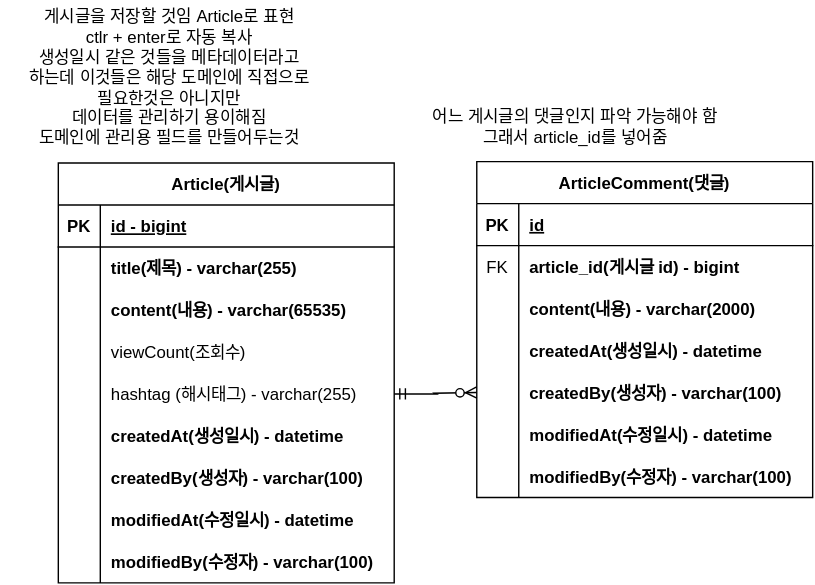
The draw.io diagram document/project-board-erd.svg in Ahngyuho/Board, before a commit. Source tidied: cells renumbered, new cells last; positions are measured from the earlier drawing's top-left corner, leaving out a move shared by most shapes. Its diagram source:
```xml
<mxGraphModel>
  <root>
    <mxCell id="0" />
    <mxCell id="1" parent="0" />
    <mxCell id="2" value="Article(게시글)" style="shape=table;startSize=30;rowLines=0;fontStyle=1;align=center;" parent="1" vertex="1">
      <mxGeometry x="41" y="116" width="240" height="300" as="geometry" />
    </mxCell>
    <mxCell id="3" style="shape=tableRow;horizontal=0;startSize=0;swimlaneHead=0;swimlaneBody=0;fillColor=none;top=0;left=0;right=0;bottom=1;" parent="2" vertex="1">
      <mxGeometry y="30" width="240" height="30" as="geometry" />
    </mxCell>
    <mxCell id="4" value="PK" style="shape=partialRectangle;fillColor=none;top=0;left=0;bottom=0;right=0;fontStyle=1;overflow=hidden;" parent="3" vertex="1">
      <mxGeometry width="30" height="30" as="geometry" />
    </mxCell>
    <mxCell id="5" value="id - bigint" style="shape=partialRectangle;fillColor=none;top=0;left=0;bottom=0;right=0;align=left;spacingLeft=6;fontStyle=5;overflow=hidden;" parent="3" vertex="1">
      <mxGeometry x="30" width="210" height="30" as="geometry" />
    </mxCell>
    <mxCell id="6" style="shape=tableRow;horizontal=0;startSize=0;swimlaneHead=0;swimlaneBody=0;fillColor=none;top=0;left=0;right=0;bottom=0;" parent="2" vertex="1">
      <mxGeometry y="60" width="240" height="30" as="geometry" />
    </mxCell>
    <mxCell id="7" style="shape=partialRectangle;fillColor=none;top=0;left=0;bottom=0;right=0;overflow=hidden;" parent="6" vertex="1">
      <mxGeometry width="30" height="30" as="geometry" />
    </mxCell>
    <mxCell id="8" value="title(제목) - varchar(255)" style="shape=partialRectangle;fillColor=none;top=0;left=0;bottom=0;right=0;align=left;spacingLeft=6;overflow=hidden;fontStyle=1;" parent="6" vertex="1">
      <mxGeometry x="30" width="210" height="30" as="geometry" />
    </mxCell>
    <mxCell id="9" style="shape=tableRow;horizontal=0;startSize=0;swimlaneHead=0;swimlaneBody=0;fillColor=none;top=0;left=0;right=0;bottom=0;" parent="2" vertex="1">
      <mxGeometry y="90" width="240" height="30" as="geometry" />
    </mxCell>
    <mxCell id="10" style="shape=partialRectangle;fillColor=none;top=0;left=0;bottom=0;right=0;overflow=hidden;" parent="9" vertex="1">
      <mxGeometry width="30" height="30" as="geometry" />
    </mxCell>
    <mxCell id="11" value="content(내용) - varchar(65535)" style="shape=partialRectangle;fillColor=none;top=0;left=0;bottom=0;right=0;align=left;spacingLeft=6;overflow=hidden;fontStyle=1;" parent="9" vertex="1">
      <mxGeometry x="30" width="210" height="30" as="geometry" />
    </mxCell>
    <mxCell id="12" style="shape=tableRow;horizontal=0;startSize=0;swimlaneHead=0;swimlaneBody=0;fillColor=none;top=0;left=0;right=0;bottom=0;" parent="2" vertex="1">
      <mxGeometry y="120" width="240" height="30" as="geometry" />
    </mxCell>
    <mxCell id="13" style="shape=partialRectangle;fillColor=none;top=0;left=0;bottom=0;right=0;overflow=hidden;" parent="12" vertex="1">
      <mxGeometry width="30" height="30" as="geometry" />
    </mxCell>
    <mxCell id="14" value="viewCount(조회수)" style="shape=partialRectangle;fillColor=none;top=0;left=0;bottom=0;right=0;align=left;spacingLeft=6;overflow=hidden;" parent="12" vertex="1">
      <mxGeometry x="30" width="210" height="30" as="geometry" />
    </mxCell>
    <mxCell id="15" style="shape=tableRow;horizontal=0;startSize=0;swimlaneHead=0;swimlaneBody=0;fillColor=none;points=[[0,0.5],[1,0.5]];portConstraint=eastwest;top=0;left=0;right=0;bottom=0;" parent="2" vertex="1">
      <mxGeometry y="150" width="240" height="30" as="geometry" />
    </mxCell>
    <mxCell id="16" style="shape=partialRectangle;fillColor=none;top=0;left=0;bottom=0;right=0;overflow=hidden;" parent="15" vertex="1">
      <mxGeometry width="30" height="30" as="geometry" />
    </mxCell>
    <mxCell id="17" value="hashtag (해시태그) - varchar(255)" style="shape=partialRectangle;fillColor=none;top=0;left=0;bottom=0;right=0;align=left;spacingLeft=6;overflow=hidden;" parent="15" vertex="1">
      <mxGeometry x="30" width="210" height="30" as="geometry" />
    </mxCell>
    <mxCell id="18" style="shape=tableRow;horizontal=0;startSize=0;swimlaneHead=0;swimlaneBody=0;fillColor=none;top=0;left=0;right=0;bottom=0;" parent="2" vertex="1">
      <mxGeometry y="180" width="240" height="30" as="geometry" />
    </mxCell>
    <mxCell id="19" style="shape=partialRectangle;fillColor=none;top=0;left=0;bottom=0;right=0;overflow=hidden;" parent="18" vertex="1">
      <mxGeometry width="30" height="30" as="geometry" />
    </mxCell>
    <mxCell id="20" value="createdAt(생성일시) - datetime" style="shape=partialRectangle;fillColor=none;top=0;left=0;bottom=0;right=0;align=left;spacingLeft=6;overflow=hidden;fontStyle=1;" parent="18" vertex="1">
      <mxGeometry x="30" width="210" height="30" as="geometry" />
    </mxCell>
    <mxCell id="21" style="shape=tableRow;horizontal=0;startSize=0;swimlaneHead=0;swimlaneBody=0;fillColor=none;top=0;left=0;right=0;bottom=0;" parent="2" vertex="1">
      <mxGeometry y="210" width="240" height="30" as="geometry" />
    </mxCell>
    <mxCell id="22" style="shape=partialRectangle;fillColor=none;top=0;left=0;bottom=0;right=0;overflow=hidden;" parent="21" vertex="1">
      <mxGeometry width="30" height="30" as="geometry" />
    </mxCell>
    <mxCell id="23" value="createdBy(생성자) - varchar(100)" style="shape=partialRectangle;fillColor=none;top=0;left=0;bottom=0;right=0;align=left;spacingLeft=6;overflow=hidden;fontStyle=1;" parent="21" vertex="1">
      <mxGeometry x="30" width="210" height="30" as="geometry" />
    </mxCell>
    <mxCell id="24" style="shape=tableRow;horizontal=0;startSize=0;swimlaneHead=0;swimlaneBody=0;fillColor=none;top=0;left=0;right=0;bottom=0;" parent="2" vertex="1">
      <mxGeometry y="240" width="240" height="30" as="geometry" />
    </mxCell>
    <mxCell id="25" style="shape=partialRectangle;fillColor=none;top=0;left=0;bottom=0;right=0;overflow=hidden;" parent="24" vertex="1">
      <mxGeometry width="30" height="30" as="geometry" />
    </mxCell>
    <mxCell id="26" value="modifiedAt(수정일시) - datetime" style="shape=partialRectangle;fillColor=none;top=0;left=0;bottom=0;right=0;align=left;spacingLeft=6;overflow=hidden;fontStyle=1;" parent="24" vertex="1">
      <mxGeometry x="30" width="210" height="30" as="geometry" />
    </mxCell>
    <mxCell id="27" style="shape=tableRow;horizontal=0;startSize=0;swimlaneHead=0;swimlaneBody=0;fillColor=none;top=0;left=0;right=0;bottom=0;" parent="2" vertex="1">
      <mxGeometry y="270" width="240" height="30" as="geometry" />
    </mxCell>
    <mxCell id="28" style="shape=partialRectangle;fillColor=none;top=0;left=0;bottom=0;right=0;overflow=hidden;" parent="27" vertex="1">
      <mxGeometry width="30" height="30" as="geometry" />
    </mxCell>
    <mxCell id="29" value="modifiedBy(수정자) - varchar(100)" style="shape=partialRectangle;fillColor=none;top=0;left=0;bottom=0;right=0;align=left;spacingLeft=6;overflow=hidden;fontStyle=1;" parent="27" vertex="1">
      <mxGeometry x="30" width="210" height="30" as="geometry" />
    </mxCell>
    <mxCell id="30" value="게시글을 저장할 것임 Article로 표현&lt;br&gt;ctlr + enter로 자동 복사&lt;br&gt;생성일시 같은 것들을 메타데이터라고&lt;br&gt;하는데 이것들은 해당 도메인에 직접으로&lt;br&gt;필요한것은 아니지만&lt;br&gt;데이터를 관리하기 용이해짐&lt;br&gt;도메인에 관리용 필드를 만들어두는것" style="text;html=1;align=center;verticalAlign=middle;strokeColor=none;fillColor=none;" parent="1" vertex="1">
      <mxGeometry width="240" height="110" as="geometry" />
    </mxCell>
    <mxCell id="31" value="ArticleComment(댓글)" style="shape=table;startSize=30;rowLines=0;fontStyle=1;align=center;" parent="1" vertex="1">
      <mxGeometry x="340" y="115" width="240" height="240" as="geometry" />
    </mxCell>
    <mxCell id="32" style="shape=tableRow;horizontal=0;startSize=0;swimlaneHead=0;swimlaneBody=0;fillColor=none;top=0;left=0;right=0;bottom=1;" parent="31" vertex="1">
      <mxGeometry y="30" width="240" height="30" as="geometry" />
    </mxCell>
    <mxCell id="33" value="PK" style="shape=partialRectangle;fillColor=none;top=0;left=0;bottom=0;right=0;fontStyle=1;overflow=hidden;" parent="32" vertex="1">
      <mxGeometry width="30" height="30" as="geometry" />
    </mxCell>
    <mxCell id="34" value="id" style="shape=partialRectangle;fillColor=none;top=0;left=0;bottom=0;right=0;align=left;spacingLeft=6;fontStyle=5;overflow=hidden;" parent="32" vertex="1">
      <mxGeometry x="30" width="210" height="30" as="geometry" />
    </mxCell>
    <mxCell id="35" style="shape=tableRow;horizontal=0;startSize=0;swimlaneHead=0;swimlaneBody=0;fillColor=none;top=0;left=0;right=0;bottom=0;" parent="31" vertex="1">
      <mxGeometry y="60" width="240" height="30" as="geometry" />
    </mxCell>
    <mxCell id="36" value="FK" style="shape=partialRectangle;fillColor=none;top=0;left=0;bottom=0;right=0;overflow=hidden;" parent="35" vertex="1">
      <mxGeometry width="30" height="30" as="geometry" />
    </mxCell>
    <mxCell id="37" value="article_id(게시글 id) - bigint" style="shape=partialRectangle;fillColor=none;top=0;left=0;bottom=0;right=0;align=left;spacingLeft=6;overflow=hidden;fontStyle=1;" parent="35" vertex="1">
      <mxGeometry x="30" width="210" height="30" as="geometry" />
    </mxCell>
    <mxCell id="38" style="shape=tableRow;horizontal=0;startSize=0;swimlaneHead=0;swimlaneBody=0;fillColor=none;top=0;left=0;right=0;bottom=0;" parent="31" vertex="1">
      <mxGeometry y="90" width="240" height="30" as="geometry" />
    </mxCell>
    <mxCell id="39" style="shape=partialRectangle;fillColor=none;top=0;left=0;bottom=0;right=0;overflow=hidden;" parent="38" vertex="1">
      <mxGeometry width="30" height="30" as="geometry" />
    </mxCell>
    <mxCell id="40" value="content(내용) - varchar(2000)" style="shape=partialRectangle;fillColor=none;top=0;left=0;bottom=0;right=0;align=left;spacingLeft=6;overflow=hidden;fontStyle=1;" parent="38" vertex="1">
      <mxGeometry x="30" width="210" height="30" as="geometry" />
    </mxCell>
    <mxCell id="41" style="shape=tableRow;horizontal=0;startSize=0;swimlaneHead=0;swimlaneBody=0;fillColor=none;top=0;left=0;right=0;bottom=0;" parent="31" vertex="1">
      <mxGeometry y="120" width="240" height="30" as="geometry" />
    </mxCell>
    <mxCell id="42" style="shape=partialRectangle;fillColor=none;top=0;left=0;bottom=0;right=0;overflow=hidden;" parent="41" vertex="1">
      <mxGeometry width="30" height="30" as="geometry" />
    </mxCell>
    <mxCell id="43" value="createdAt(생성일시) - datetime" style="shape=partialRectangle;fillColor=none;top=0;left=0;bottom=0;right=0;align=left;spacingLeft=6;overflow=hidden;fontStyle=1;" parent="41" vertex="1">
      <mxGeometry x="30" width="210" height="30" as="geometry" />
    </mxCell>
    <mxCell id="44" style="shape=tableRow;horizontal=0;startSize=0;swimlaneHead=0;swimlaneBody=0;fillColor=none;points=[[0,0.5],[1,0.5]];portConstraint=eastwest;top=0;left=0;right=0;bottom=0;" parent="31" vertex="1">
      <mxGeometry y="150" width="240" height="30" as="geometry" />
    </mxCell>
    <mxCell id="45" style="shape=partialRectangle;fillColor=none;top=0;left=0;bottom=0;right=0;overflow=hidden;" parent="44" vertex="1">
      <mxGeometry width="30" height="30" as="geometry" />
    </mxCell>
    <mxCell id="46" value="createdBy(생성자) - varchar(100)" style="shape=partialRectangle;fillColor=none;top=0;left=0;bottom=0;right=0;align=left;spacingLeft=6;overflow=hidden;fontStyle=1;" parent="44" vertex="1">
      <mxGeometry x="30" width="210" height="30" as="geometry" />
    </mxCell>
    <mxCell id="47" style="shape=tableRow;horizontal=0;startSize=0;swimlaneHead=0;swimlaneBody=0;fillColor=none;top=0;left=0;right=0;bottom=0;" parent="31" vertex="1">
      <mxGeometry y="180" width="240" height="30" as="geometry" />
    </mxCell>
    <mxCell id="48" style="shape=partialRectangle;fillColor=none;top=0;left=0;bottom=0;right=0;overflow=hidden;" parent="47" vertex="1">
      <mxGeometry width="30" height="30" as="geometry" />
    </mxCell>
    <mxCell id="49" value="modifiedAt(수정일시) - datetime" style="shape=partialRectangle;fillColor=none;top=0;left=0;bottom=0;right=0;align=left;spacingLeft=6;overflow=hidden;fontStyle=1;" parent="47" vertex="1">
      <mxGeometry x="30" width="210" height="30" as="geometry" />
    </mxCell>
    <mxCell id="50" style="shape=tableRow;horizontal=0;startSize=0;swimlaneHead=0;swimlaneBody=0;fillColor=none;top=0;left=0;right=0;bottom=0;" parent="31" vertex="1">
      <mxGeometry y="210" width="240" height="30" as="geometry" />
    </mxCell>
    <mxCell id="51" style="shape=partialRectangle;fillColor=none;top=0;left=0;bottom=0;right=0;overflow=hidden;" parent="50" vertex="1">
      <mxGeometry width="30" height="30" as="geometry" />
    </mxCell>
    <mxCell id="52" value="modifiedBy(수정자) - varchar(100)" style="shape=partialRectangle;fillColor=none;top=0;left=0;bottom=0;right=0;align=left;spacingLeft=6;overflow=hidden;fontStyle=1;" parent="50" vertex="1">
      <mxGeometry x="30" width="210" height="30" as="geometry" />
    </mxCell>
    <mxCell id="53" value="어느 게시글의 댓글인지 파악 가능해야 함&lt;br&gt;그래서 article_id를 넣어줌" style="text;html=1;align=center;verticalAlign=middle;strokeColor=none;fillColor=none;" parent="1" vertex="1">
      <mxGeometry x="290" y="70" width="240" height="40" as="geometry" />
    </mxCell>
    <mxCell id="54" style="edgeStyle=entityRelationEdgeStyle;fontSize=12;html=1;endArrow=ERzeroToMany;startArrow=ERmandOne;rounded=0;exitX=1;exitY=0.5;exitDx=0;exitDy=0;entryX=0;entryY=0.5;entryDx=0;entryDy=0;" parent="1" edge="1" source="15" target="44">
      <mxGeometry relative="1" as="geometry" />
    </mxCell>
  </root>
</mxGraphModel>
```
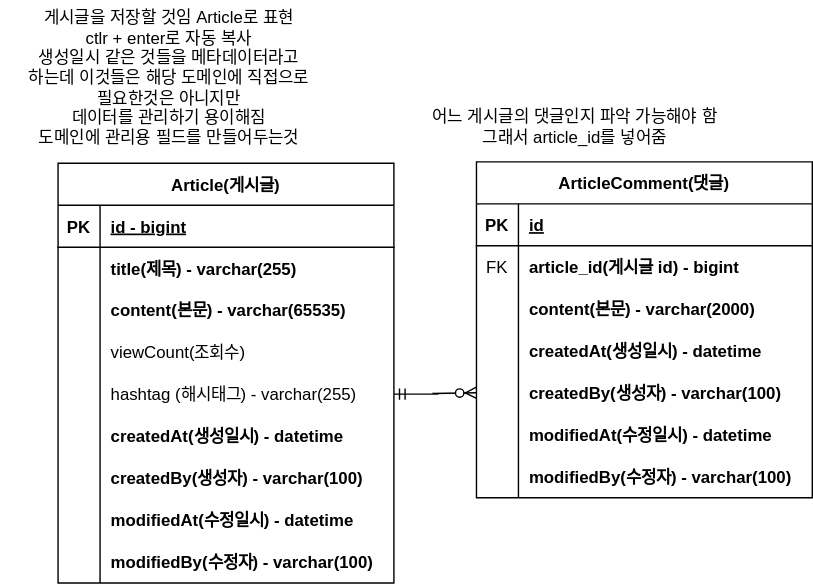
The same diagram one commit later.

Commit message:
#8 - ERD 주석 update project-board-erd.svg 업데이트

Change to the diagram source:
```diff
@@ -29,7 +29,7 @@
     <mxCell id="10" style="shape=partialRectangle;fillColor=none;top=0;left=0;bottom=0;right=0;overflow=hidden;" parent="9" vertex="1">
       <mxGeometry width="30" height="30" as="geometry" />
     </mxCell>
-    <mxCell id="11" value="content(내용) - varchar(65535)" style="shape=partialRectangle;fillColor=none;top=0;left=0;bottom=0;right=0;align=left;spacingLeft=6;overflow=hidden;fontStyle=1;" parent="9" vertex="1">
+    <mxCell id="11" value="content(본문) - varchar(65535)" style="shape=partialRectangle;fillColor=none;top=0;left=0;bottom=0;right=0;align=left;spacingLeft=6;overflow=hidden;fontStyle=1;" parent="9" vertex="1">
       <mxGeometry x="30" width="210" height="30" as="geometry" />
     </mxCell>
     <mxCell id="12" style="shape=tableRow;horizontal=0;startSize=0;swimlaneHead=0;swimlaneBody=0;fillColor=none;top=0;left=0;right=0;bottom=0;" parent="2" vertex="1">
@@ -116,7 +116,7 @@
     <mxCell id="39" style="shape=partialRectangle;fillColor=none;top=0;left=0;bottom=0;right=0;overflow=hidden;" parent="38" vertex="1">
       <mxGeometry width="30" height="30" as="geometry" />
     </mxCell>
-    <mxCell id="40" value="content(내용) - varchar(2000)" style="shape=partialRectangle;fillColor=none;top=0;left=0;bottom=0;right=0;align=left;spacingLeft=6;overflow=hidden;fontStyle=1;" parent="38" vertex="1">
+    <mxCell id="40" value="content(본문) - varchar(2000)" style="shape=partialRectangle;fillColor=none;top=0;left=0;bottom=0;right=0;align=left;spacingLeft=6;overflow=hidden;fontStyle=1;" parent="38" vertex="1">
       <mxGeometry x="30" width="210" height="30" as="geometry" />
     </mxCell>
     <mxCell id="41" style="shape=tableRow;horizontal=0;startSize=0;swimlaneHead=0;swimlaneBody=0;fillColor=none;top=0;left=0;right=0;bottom=0;" parent="31" vertex="1">
```
